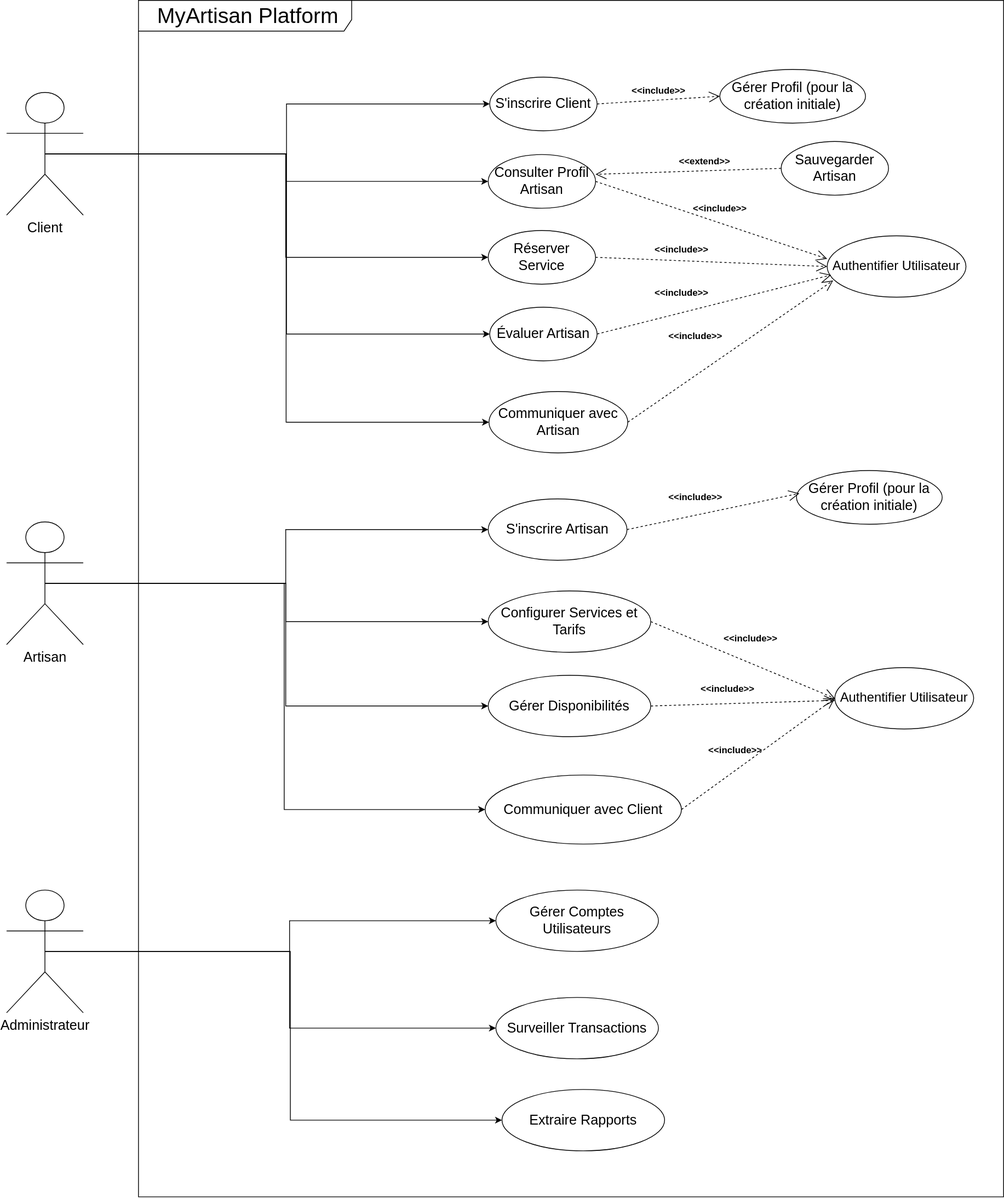
Before: Documentation/Conception/Diagrammes UML/diagrammeUsesCas.drawio.svg, a diagram exported from draw.io (mohamedm999/TheMyArtisan). Source tidied: cells renumbered, new cells last; positions are measured from the earlier drawing's top-left corner, leaving out a move shared by most shapes.
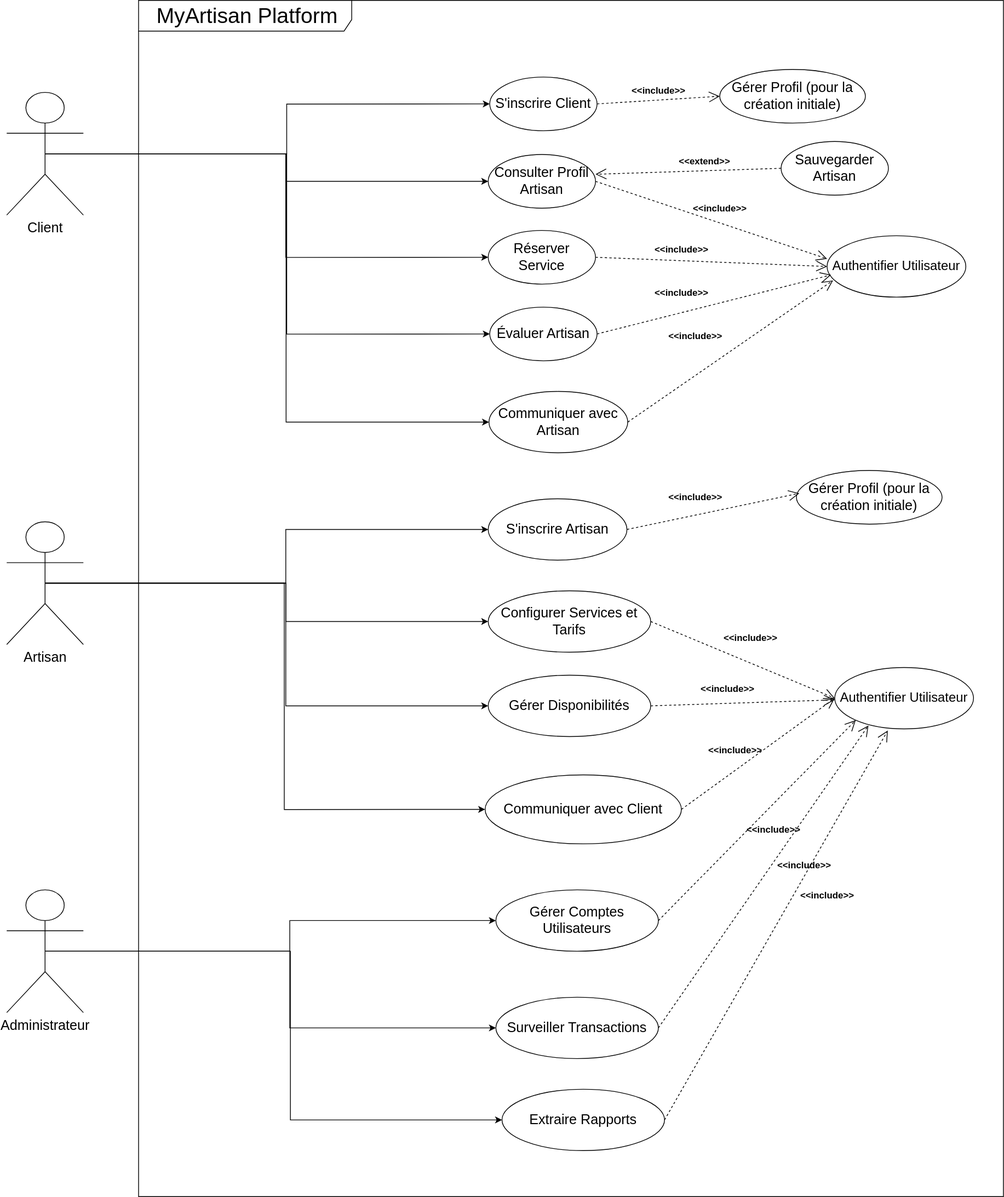
Later version of the same file.

What changed in the source:
```diff
@@ -166,5 +166,23 @@
     <mxCell id="54" value="&amp;lt;&amp;lt;include&amp;gt;&amp;gt;" style="text;align=center;fontStyle=1;verticalAlign=middle;spacingLeft=3;spacingRight=3;strokeColor=none;html=1;" parent="1" vertex="1">
       <mxGeometry x="910" y="960" width="80" height="36" as="geometry" />
     </mxCell>
+    <mxCell id="55" style="endArrow=open;endSize=12;dashed=1;html=1;rounded=0;exitX=1;exitY=0.5;exitDx=0;exitDy=0;entryX=0;entryY=1;entryDx=0;entryDy=0;" parent="1" edge="1" source="27" target="39">
+      <mxGeometry relative="1" as="geometry" />
+    </mxCell>
+    <mxCell id="56" style="endArrow=open;endSize=12;dashed=1;html=1;rounded=0;exitX=1;exitY=0.5;exitDx=0;exitDy=0;entryX=0.243;entryY=0.945;entryDx=0;entryDy=0;entryPerimeter=0;" parent="1" edge="1" source="28" target="39">
+      <mxGeometry relative="1" as="geometry" />
+    </mxCell>
+    <mxCell id="57" style="endArrow=open;endSize=12;dashed=1;html=1;rounded=0;exitX=1;exitY=0.5;exitDx=0;exitDy=0;entryX=0.382;entryY=1.028;entryDx=0;entryDy=0;entryPerimeter=0;" parent="1" edge="1" source="29" target="39">
+      <mxGeometry relative="1" as="geometry" />
+    </mxCell>
+    <mxCell id="58" value="&amp;lt;&amp;lt;include&amp;gt;&amp;gt;" style="text;align=center;fontStyle=1;verticalAlign=middle;spacingLeft=3;spacingRight=3;strokeColor=none;html=1;" parent="1" vertex="1">
+      <mxGeometry x="1030" y="1150" width="80" height="36" as="geometry" />
+    </mxCell>
+    <mxCell id="59" value="&amp;lt;&amp;lt;include&amp;gt;&amp;gt;" style="text;align=center;fontStyle=1;verticalAlign=middle;spacingLeft=3;spacingRight=3;strokeColor=none;html=1;" parent="1" vertex="1">
+      <mxGeometry x="1000" y="1110" width="80" height="36" as="geometry" />
+    </mxCell>
+    <mxCell id="60" value="&amp;lt;&amp;lt;include&amp;gt;&amp;gt;" style="text;align=center;fontStyle=1;verticalAlign=middle;spacingLeft=3;spacingRight=3;strokeColor=none;html=1;" parent="1" vertex="1">
+      <mxGeometry x="960" y="1064" width="80" height="36" as="geometry" />
+    </mxCell>
   </root>
 </mxGraphModel>
```
